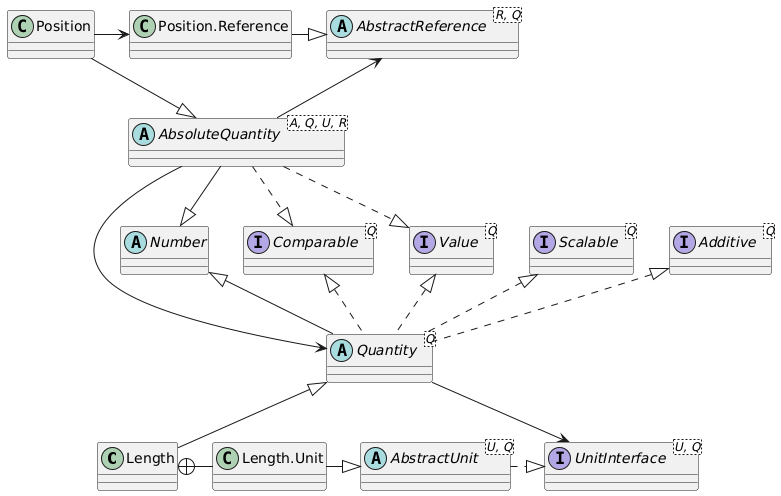
Above: docs/images/absolute-quantity.png in averbraeck/djunits (PlantUML), before the change.
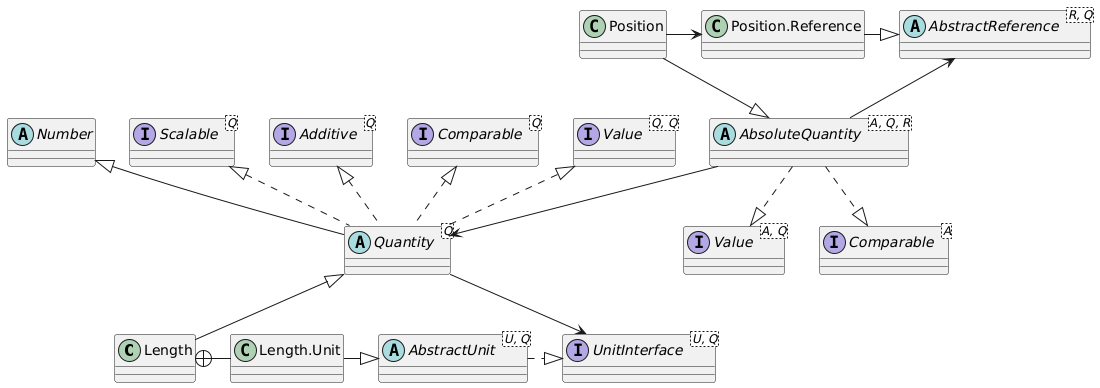
After the commit.

Commit message:
Update UML class diagrams with correct Value<V, Q> interface

The edit, as a diff of the source:
```diff
@@ -2,20 +2,22 @@
 class Length
 class "Length.Unit" as LengthUnit
 class Position
-abstract class AbsoluteQuantity<A, Q, U, R>
+abstract class AbsoluteQuantity<A, Q, R>
 abstract class AbstractReference<R, Q>
 class "Position.Reference" as PositionReference
 abstract class Quantity<Q>
 abstract class AbstractUnit<U, Q>
 interface UnitInterface<U, Q>
 abstract class Number
-interface Value<Q>
-interface Comparable<Q>
+interface "Value<A, Q>" as ValueA
+interface "Value<Q, Q>" as ValueQ
+interface "Comparable<A>" as ComparableA
+interface "Comparable<Q>" as ComparableQ
 interface Additive<Q>
 interface Scalable<Q>
 
-Quantity .u.|> Value
-Quantity .u.|> Comparable
+Quantity .u.|> ValueQ
+Quantity .u.|> ComparableQ
 Quantity .u.|> Additive
 Quantity .u.|> Scalable
 Quantity -u-|> Number
@@ -29,9 +31,8 @@
 Length -u-|> Quantity
 LengthUnit -r-|> AbstractUnit
 
-AbsoluteQuantity -d-|> Number
-AbsoluteQuantity .d.|> Value
-AbsoluteQuantity .d.|> Comparable
+AbsoluteQuantity .d.|> ValueA
+AbsoluteQuantity .d.|> ComparableA
 AbsoluteQuantity -u-> AbstractReference
 
 Position -d-|> AbsoluteQuantity
```
